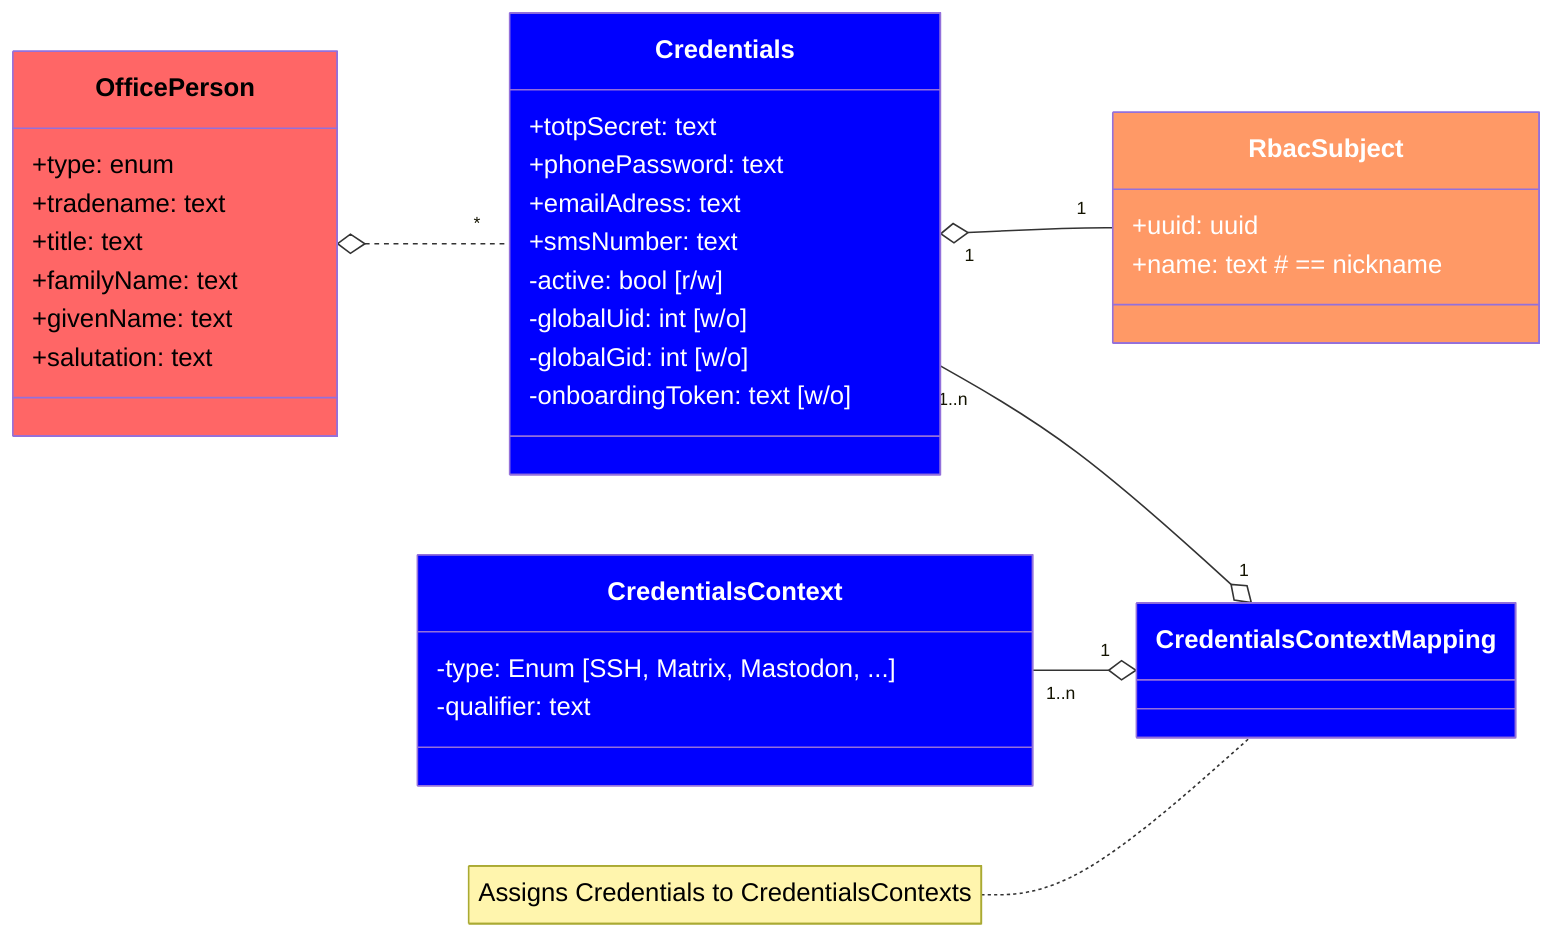
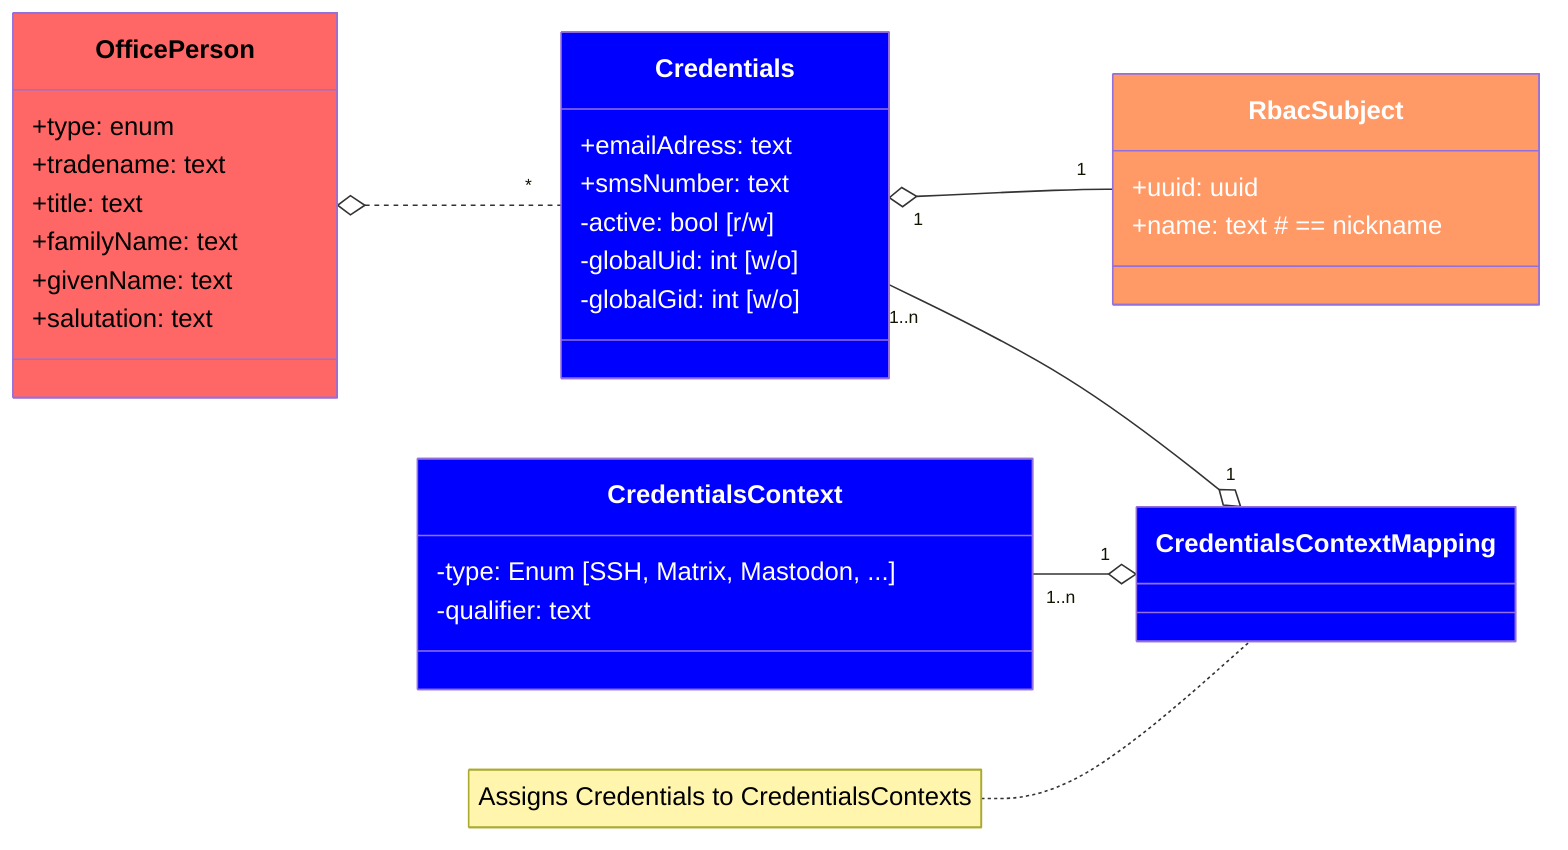
classDiagram
    direction LR

    OfficePerson o.. "*" Credentials
    Credentials "1" o-- "1" RbacSubject

    CredentialsContext "1..n" --o "1" CredentialsContextMapping
    Credentials "1..n" --o "1" CredentialsContextMapping

    class Credentials{
-         +totpSecret: text
-         +phonePassword: text
        +emailAdress: text
        +smsNumber: text
        -active: bool [r/w]
        -globalUid: int [w/o]
        -globalGid: int [w/o]
-         -onboardingToken: text [w/o]
    }

    class CredentialsContext{
        -type: Enum [SSH, Matrix, Mastodon, ...]
        -qualifier: text
    }

    class CredentialsContextMapping{
    }
    note for CredentialsContextMapping "Assigns Credentials to CredentialsContexts"

    class RbacSubject{
        +uuid: uuid
        +name: text # == nickname
    }

    class OfficePerson{
        +type: enum
        +tradename: text
        +title: text
        +familyName: text
        +givenName: text
        +salutation: text
    }

    style CredentialsContext fill:#00f,color:#fff
    style CredentialsContextMapping fill:#00f,color:#fff
    style Credentials fill:#00f,color:#fff

    style RbacSubject fill:#f96,color:#fff
    style OfficePerson fill:#f66,color:#000
